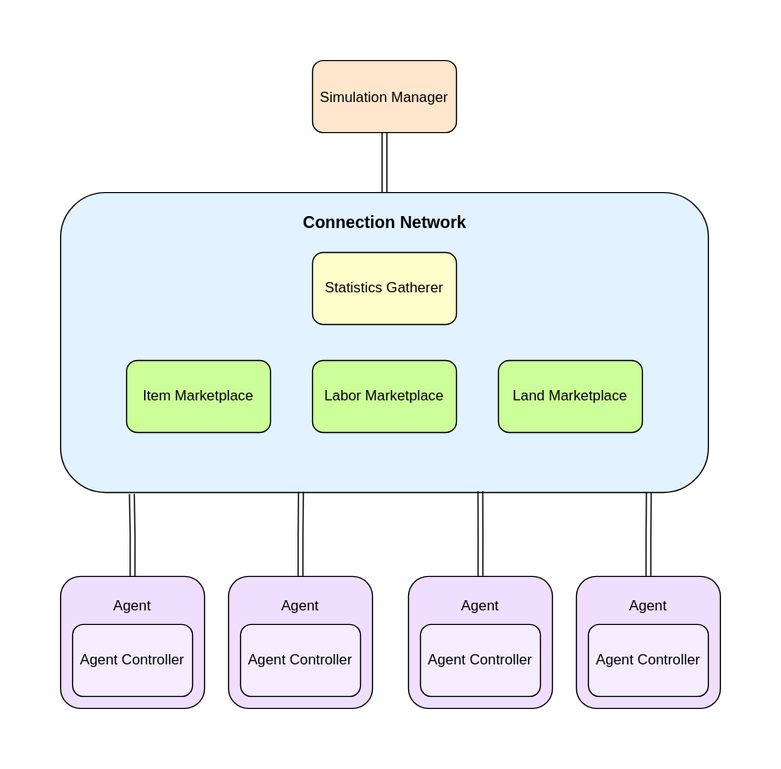
Earlier version of the draw.io export Docs/Architecture/diagram.svg (Dynamitelaw/economicAgentSim). Source tidied: cells renumbered, new cells last; positions are measured from the earlier drawing's top-left corner, leaving out a move shared by most shapes. Source of this version:
```xml
<mxGraphModel>
  <root>
    <mxCell id="0" />
    <mxCell id="1" parent="0" />
    <mxCell id="2" style="rounded=1;whiteSpace=wrap;html=1;fillColor=#E3F2FF;" parent="1" vertex="1">
      <mxGeometry y="110" width="540" height="250" as="geometry" />
    </mxCell>
    <mxCell id="3" value="Item Marketplace" style="rounded=1;whiteSpace=wrap;html=1;fillColor=#CCFF99;" parent="1" vertex="1">
      <mxGeometry x="55" y="250" width="120" height="60" as="geometry" />
    </mxCell>
    <mxCell id="4" value="Labor Marketplace" style="rounded=1;whiteSpace=wrap;html=1;fillColor=#CCFF99;" parent="1" vertex="1">
      <mxGeometry x="210" y="250" width="120" height="60" as="geometry" />
    </mxCell>
    <mxCell id="5" value="Land Marketplace" style="rounded=1;whiteSpace=wrap;html=1;fillColor=#CCFF99;" parent="1" vertex="1">
      <mxGeometry x="365" y="250" width="120" height="60" as="geometry" />
    </mxCell>
    <mxCell id="6" value="Statistics Gatherer" style="rounded=1;whiteSpace=wrap;html=1;fillColor=#FFFFCC;" parent="1" vertex="1">
      <mxGeometry x="210" y="160" width="120" height="60" as="geometry" />
    </mxCell>
    <mxCell id="7" value="&lt;b&gt;&lt;font style=&quot;font-size: 14px;&quot;&gt;Connection Network&lt;/font&gt;&lt;/b&gt;" style="text;html=1;strokeColor=none;fillColor=none;align=center;verticalAlign=middle;whiteSpace=wrap;rounded=0;" parent="1" vertex="1">
      <mxGeometry x="183" y="120" width="175" height="30" as="geometry" />
    </mxCell>
    <mxCell id="8" style="edgeStyle=orthogonalEdgeStyle;rounded=0;jettySize=auto;html=1;exitX=0.5;exitY=1;exitDx=0;exitDy=0;entryX=0.5;entryY=0;entryDx=0;entryDy=0;fontSize=12;shape=link;" parent="1" edge="1" source="9" target="2">
      <mxGeometry relative="1" as="geometry" />
    </mxCell>
    <mxCell id="9" value="&lt;font style=&quot;font-size: 12px;&quot;&gt;Simulation Manager&lt;/font&gt;" style="rounded=1;whiteSpace=wrap;html=1;fontSize=14;fillColor=#FFE6CC;" parent="1" vertex="1">
      <mxGeometry x="210" width="120" height="60" as="geometry" />
    </mxCell>
    <mxCell id="10" style="group;" parent="1" vertex="1">
      <mxGeometry x="290" y="430" width="120" height="110" as="geometry" />
    </mxCell>
    <mxCell id="11" style="rounded=1;whiteSpace=wrap;html=1;fontSize=12;fillColor=#F0DEFF;" parent="10" vertex="1">
      <mxGeometry width="120" height="110" as="geometry" />
    </mxCell>
    <mxCell id="12" value="Agent Controller" style="rounded=1;whiteSpace=wrap;html=1;fontSize=12;fillColor=#F5EDFF;" parent="10" vertex="1">
      <mxGeometry x="10" y="40" width="100" height="60" as="geometry" />
    </mxCell>
    <mxCell id="13" value="Agent" style="text;html=1;strokeColor=none;fillColor=none;align=center;verticalAlign=middle;whiteSpace=wrap;rounded=0;fontSize=12;" parent="10" vertex="1">
      <mxGeometry x="30" y="10" width="60" height="30" as="geometry" />
    </mxCell>
    <mxCell id="14" style="group;" parent="1" vertex="1">
      <mxGeometry x="430" y="430" width="120" height="110" as="geometry" />
    </mxCell>
    <mxCell id="15" style="rounded=1;whiteSpace=wrap;html=1;fontSize=12;fillColor=#F0DEFF;" parent="14" vertex="1">
      <mxGeometry width="120" height="110" as="geometry" />
    </mxCell>
    <mxCell id="16" value="Agent Controller" style="rounded=1;whiteSpace=wrap;html=1;fontSize=12;fillColor=#F5EDFF;" parent="14" vertex="1">
      <mxGeometry x="10" y="40" width="100" height="60" as="geometry" />
    </mxCell>
    <mxCell id="17" value="Agent" style="text;html=1;strokeColor=none;fillColor=none;align=center;verticalAlign=middle;whiteSpace=wrap;rounded=0;fontSize=12;" parent="14" vertex="1">
      <mxGeometry x="30" y="10" width="60" height="30" as="geometry" />
    </mxCell>
    <mxCell id="18" style="group;" parent="1" vertex="1">
      <mxGeometry y="430" width="120" height="110" as="geometry" />
    </mxCell>
    <mxCell id="19" style="rounded=1;whiteSpace=wrap;html=1;fontSize=12;fillColor=#F0DEFF;" parent="18" vertex="1">
      <mxGeometry width="120" height="110" as="geometry" />
    </mxCell>
    <mxCell id="20" value="Agent Controller" style="rounded=1;whiteSpace=wrap;html=1;fontSize=12;fillColor=#F5EDFF;" parent="18" vertex="1">
      <mxGeometry x="10" y="40" width="100" height="60" as="geometry" />
    </mxCell>
    <mxCell id="21" value="Agent" style="text;html=1;strokeColor=none;fillColor=none;align=center;verticalAlign=middle;whiteSpace=wrap;rounded=0;fontSize=12;" parent="18" vertex="1">
      <mxGeometry x="30" y="10" width="60" height="30" as="geometry" />
    </mxCell>
    <mxCell id="22" style="group;" parent="1" vertex="1">
      <mxGeometry x="140" y="430" width="120" height="110" as="geometry" />
    </mxCell>
    <mxCell id="23" style="rounded=1;whiteSpace=wrap;html=1;fontSize=12;fillColor=#F0DEFF;" parent="22" vertex="1">
      <mxGeometry width="120" height="110" as="geometry" />
    </mxCell>
    <mxCell id="24" value="Agent Controller" style="rounded=1;whiteSpace=wrap;html=1;fontSize=12;fillColor=#F5EDFF;" parent="22" vertex="1">
      <mxGeometry x="10" y="40" width="100" height="60" as="geometry" />
    </mxCell>
    <mxCell id="25" value="Agent" style="text;html=1;strokeColor=none;fillColor=none;align=center;verticalAlign=middle;whiteSpace=wrap;rounded=0;fontSize=12;" parent="22" vertex="1">
      <mxGeometry x="30" y="10" width="60" height="30" as="geometry" />
    </mxCell>
    <mxCell id="26" style="edgeStyle=orthogonalEdgeStyle;shape=link;rounded=0;jettySize=auto;html=1;exitX=0.5;exitY=0;exitDx=0;exitDy=0;entryX=0.11;entryY=1.005;entryDx=0;entryDy=0;entryPerimeter=0;fontSize=12;" parent="1" edge="1" source="19" target="2">
      <mxGeometry relative="1" as="geometry" />
    </mxCell>
    <mxCell id="27" style="edgeStyle=orthogonalEdgeStyle;shape=link;rounded=0;jettySize=auto;html=1;exitX=0.5;exitY=0;exitDx=0;exitDy=0;entryX=0.371;entryY=0.998;entryDx=0;entryDy=0;entryPerimeter=0;fontSize=12;" parent="1" edge="1" source="23" target="2">
      <mxGeometry relative="1" as="geometry" />
    </mxCell>
    <mxCell id="28" style="edgeStyle=orthogonalEdgeStyle;shape=link;rounded=0;jettySize=auto;html=1;exitX=0.5;exitY=0;exitDx=0;exitDy=0;entryX=0.648;entryY=0.996;entryDx=0;entryDy=0;entryPerimeter=0;fontSize=12;" parent="1" edge="1" source="11" target="2">
      <mxGeometry relative="1" as="geometry" />
    </mxCell>
    <mxCell id="29" style="edgeStyle=orthogonalEdgeStyle;shape=link;rounded=0;jettySize=auto;html=1;exitX=0.5;exitY=0;exitDx=0;exitDy=0;entryX=0.908;entryY=1.001;entryDx=0;entryDy=0;entryPerimeter=0;fontSize=12;" parent="1" edge="1" source="15" target="2">
      <mxGeometry relative="1" as="geometry" />
    </mxCell>
  </root>
</mxGraphModel>
```
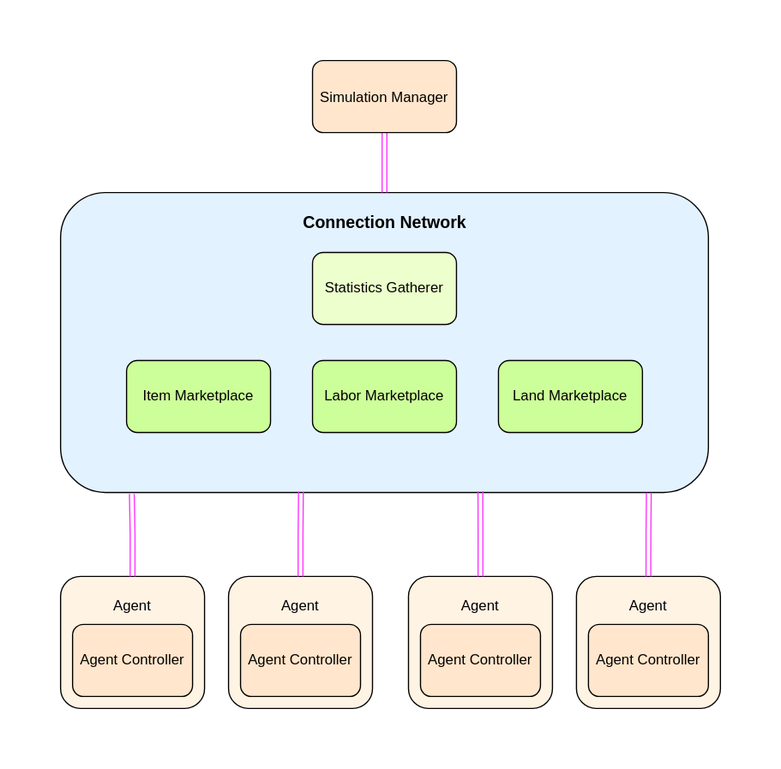
Above is the later version.

Change to the diagram source:
```diff
@@ -14,13 +14,13 @@
     <mxCell id="5" value="Land Marketplace" style="rounded=1;whiteSpace=wrap;html=1;fillColor=#CCFF99;" parent="1" vertex="1">
       <mxGeometry x="365" y="250" width="120" height="60" as="geometry" />
     </mxCell>
-    <mxCell id="6" value="Statistics Gatherer" style="rounded=1;whiteSpace=wrap;html=1;fillColor=#FFFFCC;" parent="1" vertex="1">
+    <mxCell id="6" value="Statistics Gatherer" style="rounded=1;whiteSpace=wrap;html=1;fillColor=#ECFFCC;" parent="1" vertex="1">
       <mxGeometry x="210" y="160" width="120" height="60" as="geometry" />
     </mxCell>
     <mxCell id="7" value="&lt;b&gt;&lt;font style=&quot;font-size: 14px;&quot;&gt;Connection Network&lt;/font&gt;&lt;/b&gt;" style="text;html=1;strokeColor=none;fillColor=none;align=center;verticalAlign=middle;whiteSpace=wrap;rounded=0;" parent="1" vertex="1">
       <mxGeometry x="183" y="120" width="175" height="30" as="geometry" />
     </mxCell>
-    <mxCell id="8" style="edgeStyle=orthogonalEdgeStyle;rounded=0;jettySize=auto;html=1;exitX=0.5;exitY=1;exitDx=0;exitDy=0;entryX=0.5;entryY=0;entryDx=0;entryDy=0;fontSize=12;shape=link;" parent="1" edge="1" source="9" target="2">
+    <mxCell id="8" style="edgeStyle=orthogonalEdgeStyle;rounded=0;jettySize=auto;html=1;exitX=0.5;exitY=1;exitDx=0;exitDy=0;entryX=0.5;entryY=0;entryDx=0;entryDy=0;fontSize=12;shape=link;strokeColor=#FF33FF;" parent="1" edge="1" source="9" target="2">
       <mxGeometry relative="1" as="geometry" />
     </mxCell>
     <mxCell id="9" value="&lt;font style=&quot;font-size: 12px;&quot;&gt;Simulation Manager&lt;/font&gt;" style="rounded=1;whiteSpace=wrap;html=1;fontSize=14;fillColor=#FFE6CC;" parent="1" vertex="1">
@@ -29,10 +29,10 @@
     <mxCell id="10" style="group;" parent="1" vertex="1">
       <mxGeometry x="290" y="430" width="120" height="110" as="geometry" />
     </mxCell>
-    <mxCell id="11" style="rounded=1;whiteSpace=wrap;html=1;fontSize=12;fillColor=#F0DEFF;" parent="10" vertex="1">
+    <mxCell id="11" style="rounded=1;whiteSpace=wrap;html=1;fontSize=12;fillColor=#FFF3E3;" parent="10" vertex="1">
       <mxGeometry width="120" height="110" as="geometry" />
     </mxCell>
-    <mxCell id="12" value="Agent Controller" style="rounded=1;whiteSpace=wrap;html=1;fontSize=12;fillColor=#F5EDFF;" parent="10" vertex="1">
+    <mxCell id="12" value="Agent Controller" style="rounded=1;whiteSpace=wrap;html=1;fontSize=12;fillColor=#FFE6CC;" parent="10" vertex="1">
       <mxGeometry x="10" y="40" width="100" height="60" as="geometry" />
     </mxCell>
     <mxCell id="13" value="Agent" style="text;html=1;strokeColor=none;fillColor=none;align=center;verticalAlign=middle;whiteSpace=wrap;rounded=0;fontSize=12;" parent="10" vertex="1">
@@ -41,10 +41,10 @@
     <mxCell id="14" style="group;" parent="1" vertex="1">
       <mxGeometry x="430" y="430" width="120" height="110" as="geometry" />
     </mxCell>
-    <mxCell id="15" style="rounded=1;whiteSpace=wrap;html=1;fontSize=12;fillColor=#F0DEFF;" parent="14" vertex="1">
+    <mxCell id="15" style="rounded=1;whiteSpace=wrap;html=1;fontSize=12;fillColor=#FFF3E3;" parent="14" vertex="1">
       <mxGeometry width="120" height="110" as="geometry" />
     </mxCell>
-    <mxCell id="16" value="Agent Controller" style="rounded=1;whiteSpace=wrap;html=1;fontSize=12;fillColor=#F5EDFF;" parent="14" vertex="1">
+    <mxCell id="16" value="Agent Controller" style="rounded=1;whiteSpace=wrap;html=1;fontSize=12;fillColor=#FFE6CC;" parent="14" vertex="1">
       <mxGeometry x="10" y="40" width="100" height="60" as="geometry" />
     </mxCell>
     <mxCell id="17" value="Agent" style="text;html=1;strokeColor=none;fillColor=none;align=center;verticalAlign=middle;whiteSpace=wrap;rounded=0;fontSize=12;" parent="14" vertex="1">
@@ -53,10 +53,10 @@
     <mxCell id="18" style="group;" parent="1" vertex="1">
       <mxGeometry y="430" width="120" height="110" as="geometry" />
     </mxCell>
-    <mxCell id="19" style="rounded=1;whiteSpace=wrap;html=1;fontSize=12;fillColor=#F0DEFF;" parent="18" vertex="1">
+    <mxCell id="19" style="rounded=1;whiteSpace=wrap;html=1;fontSize=12;fillColor=#FFF3E3;" parent="18" vertex="1">
       <mxGeometry width="120" height="110" as="geometry" />
     </mxCell>
-    <mxCell id="20" value="Agent Controller" style="rounded=1;whiteSpace=wrap;html=1;fontSize=12;fillColor=#F5EDFF;" parent="18" vertex="1">
+    <mxCell id="20" value="Agent Controller" style="rounded=1;whiteSpace=wrap;html=1;fontSize=12;fillColor=#FFE6CC;" parent="18" vertex="1">
       <mxGeometry x="10" y="40" width="100" height="60" as="geometry" />
     </mxCell>
     <mxCell id="21" value="Agent" style="text;html=1;strokeColor=none;fillColor=none;align=center;verticalAlign=middle;whiteSpace=wrap;rounded=0;fontSize=12;" parent="18" vertex="1">
@@ -65,25 +65,25 @@
     <mxCell id="22" style="group;" parent="1" vertex="1">
       <mxGeometry x="140" y="430" width="120" height="110" as="geometry" />
     </mxCell>
-    <mxCell id="23" style="rounded=1;whiteSpace=wrap;html=1;fontSize=12;fillColor=#F0DEFF;" parent="22" vertex="1">
+    <mxCell id="23" style="rounded=1;whiteSpace=wrap;html=1;fontSize=12;fillColor=#FFF3E3;" parent="22" vertex="1">
       <mxGeometry width="120" height="110" as="geometry" />
     </mxCell>
-    <mxCell id="24" value="Agent Controller" style="rounded=1;whiteSpace=wrap;html=1;fontSize=12;fillColor=#F5EDFF;" parent="22" vertex="1">
+    <mxCell id="24" value="Agent Controller" style="rounded=1;whiteSpace=wrap;html=1;fontSize=12;fillColor=#FFE6CC;" parent="22" vertex="1">
       <mxGeometry x="10" y="40" width="100" height="60" as="geometry" />
     </mxCell>
     <mxCell id="25" value="Agent" style="text;html=1;strokeColor=none;fillColor=none;align=center;verticalAlign=middle;whiteSpace=wrap;rounded=0;fontSize=12;" parent="22" vertex="1">
       <mxGeometry x="30" y="10" width="60" height="30" as="geometry" />
     </mxCell>
-    <mxCell id="26" style="edgeStyle=orthogonalEdgeStyle;shape=link;rounded=0;jettySize=auto;html=1;exitX=0.5;exitY=0;exitDx=0;exitDy=0;entryX=0.11;entryY=1.005;entryDx=0;entryDy=0;entryPerimeter=0;fontSize=12;" parent="1" edge="1" source="19" target="2">
+    <mxCell id="26" style="edgeStyle=orthogonalEdgeStyle;shape=link;rounded=0;jettySize=auto;html=1;exitX=0.5;exitY=0;exitDx=0;exitDy=0;entryX=0.11;entryY=1.005;entryDx=0;entryDy=0;entryPerimeter=0;fontSize=12;strokeColor=#FF33FF;" parent="1" edge="1" source="19" target="2">
       <mxGeometry relative="1" as="geometry" />
     </mxCell>
-    <mxCell id="27" style="edgeStyle=orthogonalEdgeStyle;shape=link;rounded=0;jettySize=auto;html=1;exitX=0.5;exitY=0;exitDx=0;exitDy=0;entryX=0.371;entryY=0.998;entryDx=0;entryDy=0;entryPerimeter=0;fontSize=12;" parent="1" edge="1" source="23" target="2">
+    <mxCell id="27" style="edgeStyle=orthogonalEdgeStyle;shape=link;rounded=0;jettySize=auto;html=1;exitX=0.5;exitY=0;exitDx=0;exitDy=0;entryX=0.371;entryY=0.998;entryDx=0;entryDy=0;entryPerimeter=0;fontSize=12;strokeColor=#FF33FF;" parent="1" edge="1" source="23" target="2">
       <mxGeometry relative="1" as="geometry" />
     </mxCell>
-    <mxCell id="28" style="edgeStyle=orthogonalEdgeStyle;shape=link;rounded=0;jettySize=auto;html=1;exitX=0.5;exitY=0;exitDx=0;exitDy=0;entryX=0.648;entryY=0.996;entryDx=0;entryDy=0;entryPerimeter=0;fontSize=12;" parent="1" edge="1" source="11" target="2">
+    <mxCell id="28" style="edgeStyle=orthogonalEdgeStyle;shape=link;rounded=0;jettySize=auto;html=1;exitX=0.5;exitY=0;exitDx=0;exitDy=0;entryX=0.648;entryY=0.996;entryDx=0;entryDy=0;entryPerimeter=0;fontSize=12;strokeColor=#FF33FF;" parent="1" edge="1" source="11" target="2">
       <mxGeometry relative="1" as="geometry" />
     </mxCell>
-    <mxCell id="29" style="edgeStyle=orthogonalEdgeStyle;shape=link;rounded=0;jettySize=auto;html=1;exitX=0.5;exitY=0;exitDx=0;exitDy=0;entryX=0.908;entryY=1.001;entryDx=0;entryDy=0;entryPerimeter=0;fontSize=12;" parent="1" edge="1" source="15" target="2">
+    <mxCell id="29" style="edgeStyle=orthogonalEdgeStyle;shape=link;rounded=0;jettySize=auto;html=1;exitX=0.5;exitY=0;exitDx=0;exitDy=0;entryX=0.908;entryY=1.001;entryDx=0;entryDy=0;entryPerimeter=0;fontSize=12;strokeColor=#FF33FF;" parent="1" edge="1" source="15" target="2">
       <mxGeometry relative="1" as="geometry" />
     </mxCell>
   </root>
```
